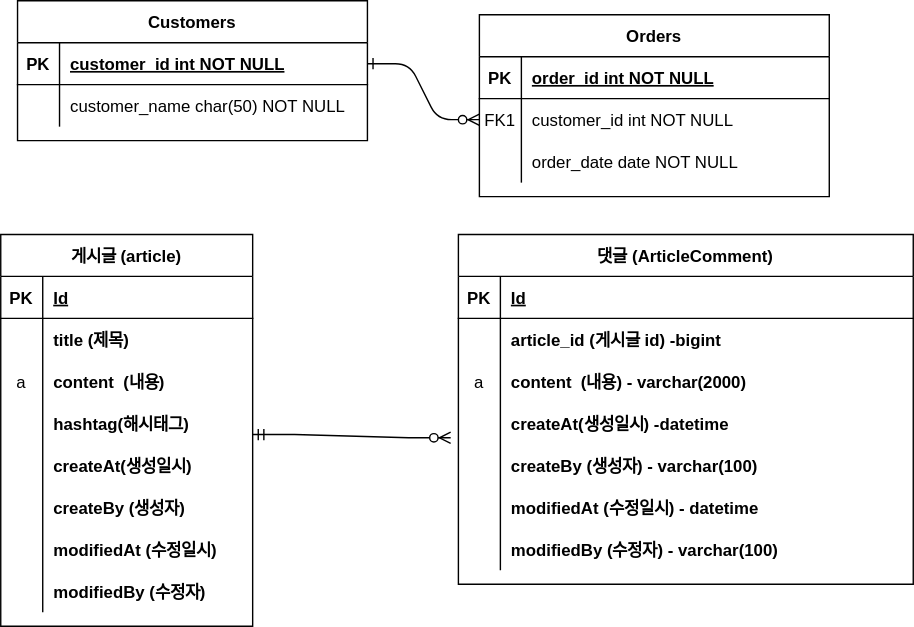
Earlier version of the draw.io export project-board-erd.svg (valleymoomin/fastcampus-project-board). Source tidied: cells renumbered, new cells last; positions are measured from the earlier drawing's top-left corner, leaving out a move shared by most shapes.
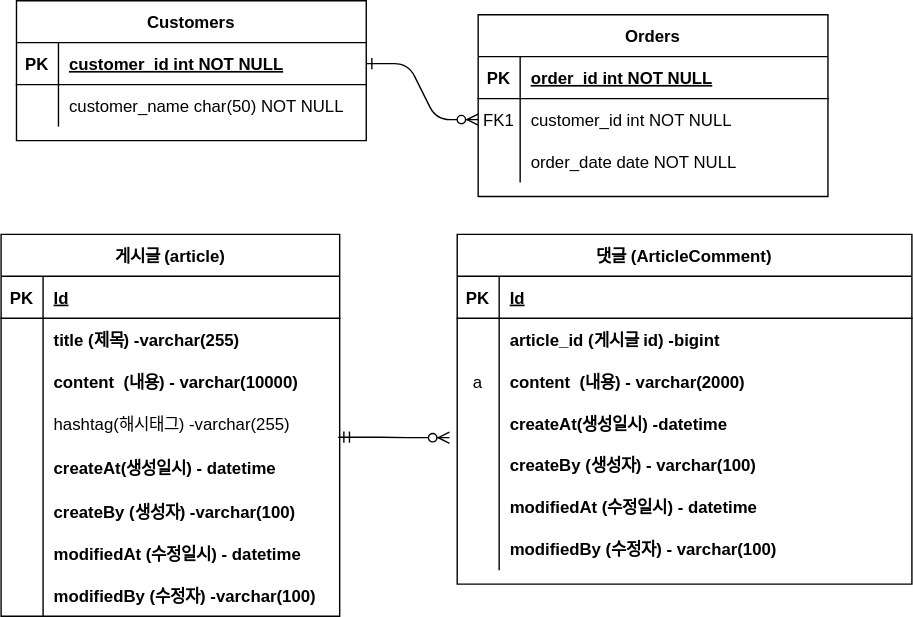
Above is the later version.

Change to the diagram source:
```diff
@@ -57,79 +57,79 @@
       <mxGeometry x="30" width="220" height="30" as="geometry" />
     </mxCell>
     <mxCell id="20" value="게시글 (article)" style="shape=table;startSize=30;rowLines=0;fontStyle=1;align=center;" parent="1" vertex="1">
-      <mxGeometry y="167" width="180" height="280" as="geometry" />
+      <mxGeometry x="1" y="167" width="242" height="273" as="geometry" />
     </mxCell>
     <mxCell id="21" style="shape=tableRow;horizontal=0;startSize=0;swimlaneHead=0;swimlaneBody=0;fillColor=none;top=0;left=0;right=0;bottom=1;fontStyle=0;" parent="20" vertex="1">
-      <mxGeometry y="30" width="180" height="30" as="geometry" />
+      <mxGeometry y="30" width="242" height="30" as="geometry" />
     </mxCell>
     <mxCell id="22" value="PK" style="shape=partialRectangle;fillColor=none;top=0;left=0;bottom=0;right=0;fontStyle=1;overflow=hidden;" parent="21" vertex="1">
       <mxGeometry width="30" height="30" as="geometry" />
     </mxCell>
     <mxCell id="23" value="Id" style="shape=partialRectangle;fillColor=none;top=0;left=0;bottom=0;right=0;align=left;spacingLeft=6;fontStyle=5;overflow=hidden;" parent="21" vertex="1">
-      <mxGeometry x="30" width="150" height="30" as="geometry" />
+      <mxGeometry x="30" width="212" height="30" as="geometry" />
     </mxCell>
     <mxCell id="24" style="shape=tableRow;horizontal=0;startSize=0;swimlaneHead=0;swimlaneBody=0;fillColor=none;top=0;left=0;right=0;bottom=0;" parent="20" vertex="1">
-      <mxGeometry y="60" width="180" height="30" as="geometry" />
+      <mxGeometry y="60" width="242" height="30" as="geometry" />
     </mxCell>
     <mxCell id="25" style="shape=partialRectangle;fillColor=none;top=0;left=0;bottom=0;right=0;overflow=hidden;" parent="24" vertex="1">
       <mxGeometry width="30" height="30" as="geometry" />
     </mxCell>
-    <mxCell id="26" value="title (제목)" style="shape=partialRectangle;fillColor=none;top=0;left=0;bottom=0;right=0;align=left;spacingLeft=6;overflow=hidden;fontStyle=1;" parent="24" vertex="1">
-      <mxGeometry x="30" width="150" height="30" as="geometry" />
+    <mxCell id="26" value="title (제목) -varchar(255)" style="shape=partialRectangle;fillColor=none;top=0;left=0;bottom=0;right=0;align=left;spacingLeft=6;overflow=hidden;fontStyle=1;" parent="24" vertex="1">
+      <mxGeometry x="30" width="212" height="30" as="geometry" />
     </mxCell>
     <mxCell id="27" style="shape=tableRow;horizontal=0;startSize=0;swimlaneHead=0;swimlaneBody=0;fillColor=none;top=0;left=0;right=0;bottom=0;" parent="20" vertex="1">
-      <mxGeometry y="90" width="180" height="30" as="geometry" />
+      <mxGeometry y="90" width="242" height="30" as="geometry" />
     </mxCell>
-    <mxCell id="28" value="a" style="shape=partialRectangle;fillColor=none;top=0;left=0;bottom=0;right=0;overflow=hidden;" parent="27" vertex="1">
+    <mxCell id="28" style="shape=partialRectangle;fillColor=none;top=0;left=0;bottom=0;right=0;overflow=hidden;" parent="27" vertex="1">
       <mxGeometry width="30" height="30" as="geometry" />
     </mxCell>
-    <mxCell id="29" value="content  (내용)" style="shape=partialRectangle;fillColor=none;top=0;left=0;bottom=0;right=0;align=left;spacingLeft=6;overflow=hidden;fontStyle=1;" parent="27" vertex="1">
-      <mxGeometry x="30" width="150" height="30" as="geometry" />
+    <mxCell id="29" value="content  (내용) - varchar(10000)" style="shape=partialRectangle;fillColor=none;top=0;left=0;bottom=0;right=0;align=left;spacingLeft=6;overflow=hidden;fontStyle=1;" parent="27" vertex="1">
+      <mxGeometry x="30" width="212" height="30" as="geometry" />
     </mxCell>
-    <mxCell id="30" style="shape=tableRow;horizontal=0;startSize=0;swimlaneHead=0;swimlaneBody=0;fillColor=none;top=0;left=0;right=0;bottom=0;" parent="20" vertex="1">
-      <mxGeometry y="120" width="180" height="30" as="geometry" />
-    </mxCell>
+    <mxCell id="68" style="shape=tableRow;horizontal=0;startSize=0;swimlaneHead=0;swimlaneBody=0;fillColor=none;top=0;left=0;right=0;bottom=0;" parent="20" vertex="1">
+      <mxGeometry y="120" width="242" height="30" as="geometry" />
+    </mxCell>
-    <mxCell id="31" style="shape=partialRectangle;fillColor=none;top=0;left=0;bottom=0;right=0;overflow=hidden;" parent="30" vertex="1">
+    <mxCell id="31" style="shape=partialRectangle;fillColor=none;top=0;left=0;bottom=0;right=0;overflow=hidden;" parent="68" vertex="1">
       <mxGeometry width="30" height="30" as="geometry" />
     </mxCell>
-    <mxCell id="32" value="hashtag(해시태그)" style="shape=partialRectangle;fillColor=none;top=0;left=0;bottom=0;right=0;align=left;spacingLeft=6;overflow=hidden;fontStyle=1;" parent="30" vertex="1">
-      <mxGeometry x="30" width="150" height="30" as="geometry" />
-    </mxCell>
+    <mxCell id="69" value="hashtag(해시태그) -varchar(255)" style="shape=partialRectangle;fillColor=none;top=0;left=0;bottom=0;right=0;align=left;spacingLeft=6;overflow=hidden;fontStyle=0;" parent="68" vertex="1">
+      <mxGeometry x="30" width="212" height="30" as="geometry" />
+    </mxCell>
     <mxCell id="33" style="shape=tableRow;horizontal=0;startSize=0;swimlaneHead=0;swimlaneBody=0;fillColor=none;top=0;left=0;right=0;bottom=0;" parent="20" vertex="1">
-      <mxGeometry y="150" width="180" height="30" as="geometry" />
+      <mxGeometry y="150" width="242" height="33" as="geometry" />
     </mxCell>
     <mxCell id="34" style="shape=partialRectangle;fillColor=none;top=0;left=0;bottom=0;right=0;overflow=hidden;" parent="33" vertex="1">
-      <mxGeometry width="30" height="30" as="geometry" />
+      <mxGeometry width="30" height="33" as="geometry" />
     </mxCell>
-    <mxCell id="35" value="createAt(생성일시)" style="shape=partialRectangle;fillColor=none;top=0;left=0;bottom=0;right=0;align=left;spacingLeft=6;overflow=hidden;fontStyle=1;" parent="33" vertex="1">
-      <mxGeometry x="30" width="150" height="30" as="geometry" />
+    <mxCell id="35" value="createAt(생성일시) - datetime" style="shape=partialRectangle;fillColor=none;top=0;left=0;bottom=0;right=0;align=left;spacingLeft=6;overflow=hidden;fontStyle=1;" parent="33" vertex="1">
+      <mxGeometry x="30" width="212" height="33" as="geometry" />
     </mxCell>
     <mxCell id="36" style="shape=tableRow;horizontal=0;startSize=0;swimlaneHead=0;swimlaneBody=0;fillColor=none;top=0;left=0;right=0;bottom=0;" parent="20" vertex="1">
-      <mxGeometry y="180" width="180" height="30" as="geometry" />
+      <mxGeometry y="183" width="242" height="30" as="geometry" />
     </mxCell>
     <mxCell id="37" style="shape=partialRectangle;fillColor=none;top=0;left=0;bottom=0;right=0;overflow=hidden;" parent="36" vertex="1">
       <mxGeometry width="30" height="30" as="geometry" />
     </mxCell>
-    <mxCell id="38" value="createBy (생성자)" style="shape=partialRectangle;fillColor=none;top=0;left=0;bottom=0;right=0;align=left;spacingLeft=6;overflow=hidden;fontStyle=1;" parent="36" vertex="1">
-      <mxGeometry x="30" width="150" height="30" as="geometry" />
+    <mxCell id="38" value="createBy (생성자) -varchar(100)" style="shape=partialRectangle;fillColor=none;top=0;left=0;bottom=0;right=0;align=left;spacingLeft=6;overflow=hidden;fontStyle=1;" parent="36" vertex="1">
+      <mxGeometry x="30" width="212" height="30" as="geometry" />
     </mxCell>
     <mxCell id="39" style="shape=tableRow;horizontal=0;startSize=0;swimlaneHead=0;swimlaneBody=0;fillColor=none;top=0;left=0;right=0;bottom=0;" parent="20" vertex="1">
-      <mxGeometry y="210" width="180" height="30" as="geometry" />
+      <mxGeometry y="213" width="242" height="30" as="geometry" />
     </mxCell>
     <mxCell id="40" style="shape=partialRectangle;fillColor=none;top=0;left=0;bottom=0;right=0;overflow=hidden;" parent="39" vertex="1">
       <mxGeometry width="30" height="30" as="geometry" />
     </mxCell>
-    <mxCell id="41" value="modifiedAt (수정일시)" style="shape=partialRectangle;fillColor=none;top=0;left=0;bottom=0;right=0;align=left;spacingLeft=6;overflow=hidden;fontStyle=1;" parent="39" vertex="1">
-      <mxGeometry x="30" width="150" height="30" as="geometry" />
+    <mxCell id="41" value="modifiedAt (수정일시) - datetime" style="shape=partialRectangle;fillColor=none;top=0;left=0;bottom=0;right=0;align=left;spacingLeft=6;overflow=hidden;fontStyle=1;" parent="39" vertex="1">
+      <mxGeometry x="30" width="212" height="30" as="geometry" />
     </mxCell>
     <mxCell id="42" style="shape=tableRow;horizontal=0;startSize=0;swimlaneHead=0;swimlaneBody=0;fillColor=none;top=0;left=0;right=0;bottom=0;" parent="20" vertex="1">
-      <mxGeometry y="240" width="180" height="30" as="geometry" />
+      <mxGeometry y="243" width="242" height="30" as="geometry" />
     </mxCell>
     <mxCell id="43" style="shape=partialRectangle;fillColor=none;top=0;left=0;bottom=0;right=0;overflow=hidden;" parent="42" vertex="1">
       <mxGeometry width="30" height="30" as="geometry" />
     </mxCell>
-    <mxCell id="44" value="modifiedBy (수정자)" style="shape=partialRectangle;fillColor=none;top=0;left=0;bottom=0;right=0;align=left;spacingLeft=6;overflow=hidden;fontStyle=1;" parent="42" vertex="1">
-      <mxGeometry x="30" width="150" height="30" as="geometry" />
+    <mxCell id="44" value="modifiedBy (수정자) -varchar(100)" style="shape=partialRectangle;fillColor=none;top=0;left=0;bottom=0;right=0;align=left;spacingLeft=6;overflow=hidden;fontStyle=1;" parent="42" vertex="1">
+      <mxGeometry x="30" width="212" height="30" as="geometry" />
     </mxCell>
     <mxCell id="45" value="댓글 (ArticleComment)" style="shape=table;startSize=30;rowLines=0;fontStyle=1;align=center;" parent="1" vertex="1">
       <mxGeometry x="327" y="167" width="325" height="250" as="geometry" />
@@ -199,7 +199,7 @@
     </mxCell>
     <mxCell id="67" style="edgeStyle=entityRelationEdgeStyle;fontSize=12;html=1;endArrow=ERzeroToMany;startArrow=ERmandOne;rounded=0;entryX=-0.017;entryY=0.844;entryDx=0;entryDy=0;entryPerimeter=0;" parent="1" edge="1" target="55">
       <mxGeometry relative="1" as="geometry">
-        <mxPoint x="180" y="310" as="sourcePoint" />
+        <mxPoint x="242" y="312" as="sourcePoint" />
       </mxGeometry>
     </mxCell>
   </root>
```
